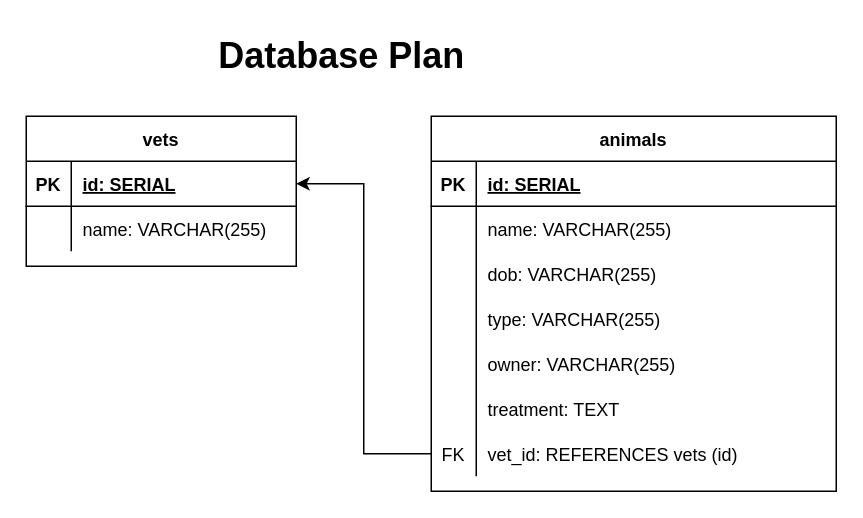
Above: Planning/databases.svg.drawio in randomlyalex-codeclan/vet_management (draw.io), before the change. Source tidied: cells renumbered, new cells numbered last; positions are measured from the earlier drawing's top-left corner, leaving out a move shared by most shapes. Both pictures are drawn from the tidied source at 150%, with x=0, y=0 at pixel (26, 26).
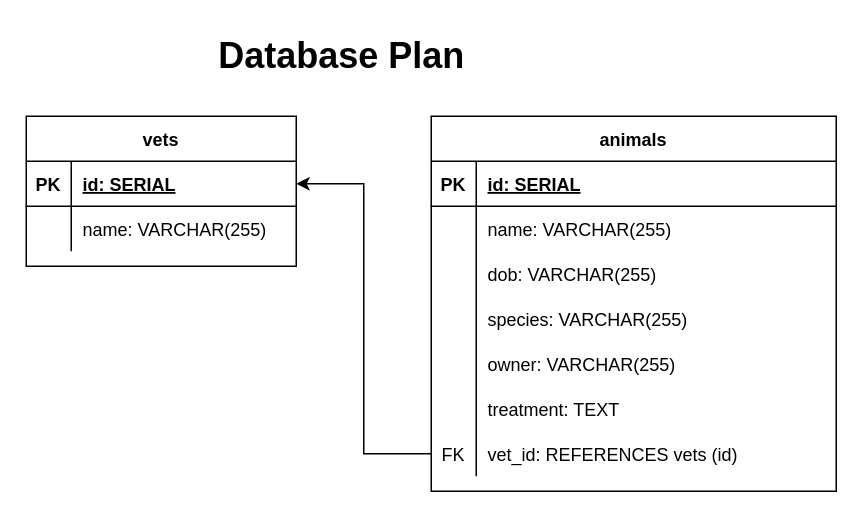
The same diagram, later.

Unchanged cells that the change refers to:
```xml
<mxCell id="19" style="shape=partialRectangle;fillColor=none;top=0;left=0;bottom=0;right=0;" parent="9" vertex="1">
  <mxGeometry y="120" width="270" height="30" as="geometry" />
</mxCell>
```

What changed in the source:
```diff
@@
-    <mxCell id="21" value="type: VARCHAR(255)" style="shape=partialRectangle;fillColor=none;top=0;left=0;bottom=0;right=0;align=left;spacingLeft=6;overflow=hidden;" parent="19" vertex="1">
+    <mxCell id="21" value="species: VARCHAR(255)" style="shape=partialRectangle;fillColor=none;top=0;left=0;bottom=0;right=0;align=left;spacingLeft=6;overflow=hidden;" parent="19" vertex="1">
       <mxGeometry x="30" width="240" height="30" as="geometry" />
     </mxCell>
```
